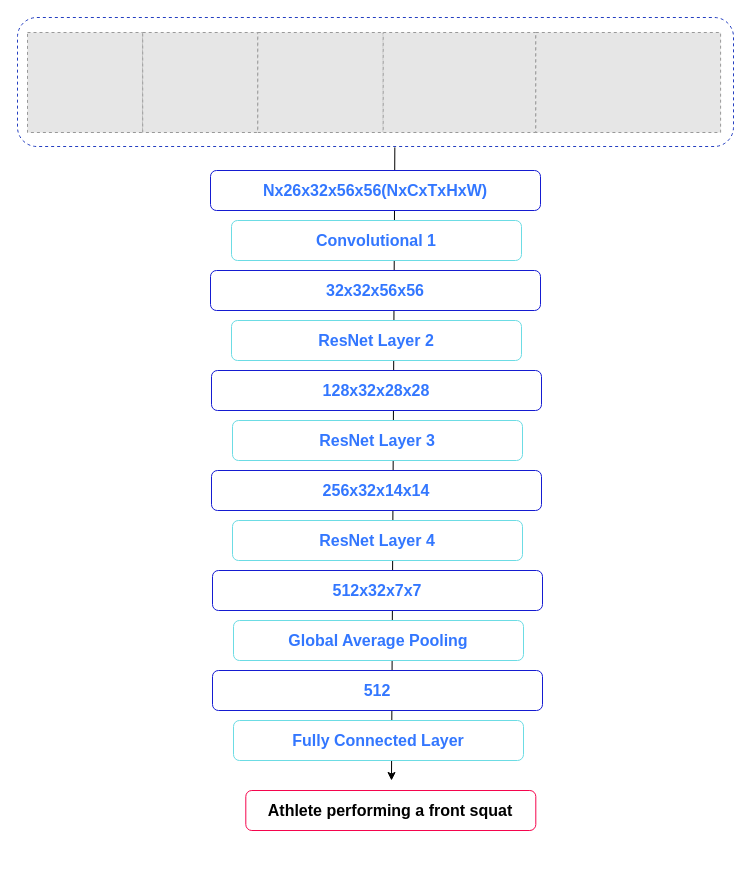
Earlier version of the draw.io diagram Untitled Diagram.drawio (muxiddin19/3DFace). Source tidied: cells renumbered, new cells numbered last; positions are measured from the earlier drawing's top-left corner, leaving out a move shared by most shapes. Both pictures are drawn from the tidied source at 100%, with x=0, y=0 at pixel (17, 17). Pictures stored in the file or linked from it are replaced by grey dashed boxes.
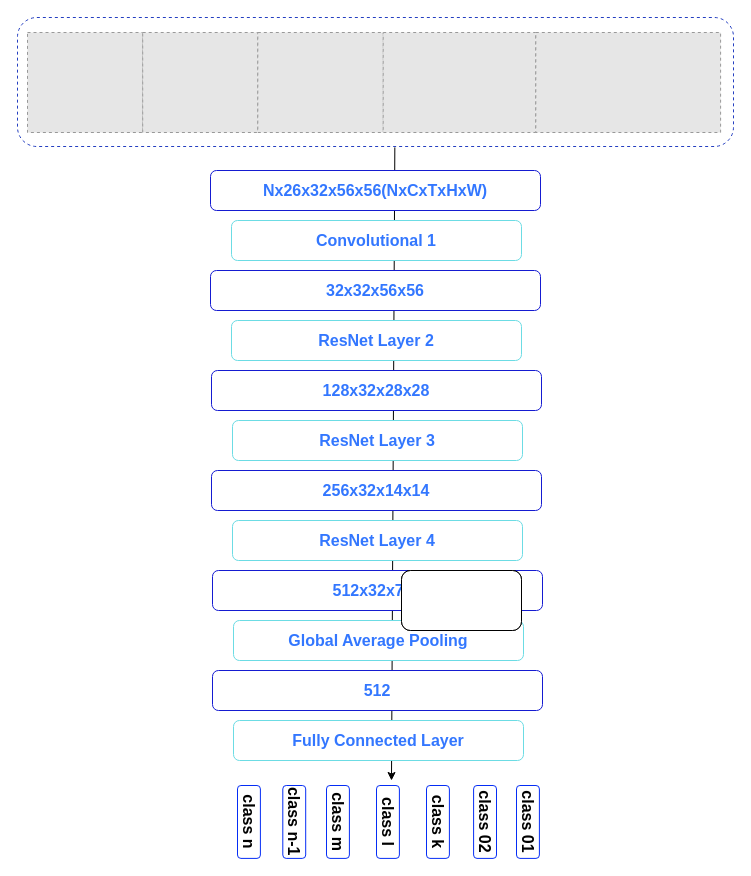
Above is the later version.

Diff of the diagram source:
```diff
@@
-    <mxCell id="21" value="&lt;font style=&quot;font-size: 16px;&quot;&gt;&lt;b&gt;Athlete performing a front squat&lt;/b&gt;&lt;/font&gt;" style="text;whiteSpace=wrap;html=1;strokeColor=#f5054d;align=center;verticalAlign=middle;rounded=1;shadow=0;glass=0;fontSize=16;" parent="1" vertex="1">
-      <mxGeometry x="228.3" y="773" width="290" height="40" as="geometry" />
+    <mxCell id="21" value="&lt;font style=&quot;font-size: 16px;&quot;&gt;&lt;b&gt;class l&lt;/b&gt;&lt;/font&gt;" style="text;whiteSpace=wrap;html=1;strokeColor=#052df5;align=center;verticalAlign=middle;rounded=1;shadow=0;glass=0;fontSize=16;rotation=90;" parent="1" vertex="1">
+      <mxGeometry x="334" y="793" width="72.9" height="22.9" as="geometry" />
     </mxCell>
+    <mxCell id="22" value="&lt;font style=&quot;font-size: 16px;&quot;&gt;&lt;b&gt;class k&lt;/b&gt;&lt;/font&gt;" style="text;whiteSpace=wrap;html=1;strokeColor=#052df5;align=center;verticalAlign=middle;rounded=1;shadow=0;glass=0;fontSize=16;rotation=90;" parent="1" vertex="1">
+      <mxGeometry x="384" y="793" width="72.9" height="22.9" as="geometry" />
+    </mxCell>
+    <mxCell id="23" value="&lt;font style=&quot;font-size: 16px;&quot;&gt;&lt;b&gt;class 02&lt;/b&gt;&lt;/font&gt;" style="text;whiteSpace=wrap;html=1;strokeColor=#052df5;align=center;verticalAlign=middle;rounded=1;shadow=0;glass=0;fontSize=16;rotation=90;" parent="1" vertex="1">
+      <mxGeometry x="431.1" y="793" width="72.9" height="22.9" as="geometry" />
+    </mxCell>
+    <mxCell id="24" value="&lt;font style=&quot;font-size: 16px;&quot;&gt;&lt;b&gt;class m&lt;/b&gt;&lt;/font&gt;" style="text;whiteSpace=wrap;html=1;strokeColor=#052df5;align=center;verticalAlign=middle;rounded=1;shadow=0;glass=0;fontSize=16;rotation=90;" parent="1" vertex="1">
+      <mxGeometry x="284" y="793" width="72.9" height="22.9" as="geometry" />
+    </mxCell>
+    <mxCell id="25" value="&lt;font style=&quot;font-size: 16px;&quot;&gt;&lt;b&gt;class n-1&lt;/b&gt;&lt;/font&gt;" style="text;whiteSpace=wrap;html=1;strokeColor=#052df5;align=center;verticalAlign=middle;rounded=1;shadow=0;glass=0;fontSize=16;rotation=90;" parent="1" vertex="1">
+      <mxGeometry x="240.3" y="793" width="72.9" height="22.9" as="geometry" />
+    </mxCell>
+    <mxCell id="26" value="&lt;font style=&quot;font-size: 16px;&quot;&gt;&lt;b&gt;class n&lt;/b&gt;&lt;/font&gt;" style="text;whiteSpace=wrap;html=1;strokeColor=#052df5;align=center;verticalAlign=middle;rounded=1;shadow=0;glass=0;fontSize=16;rotation=90;" parent="1" vertex="1">
+      <mxGeometry x="195" y="793" width="72.9" height="22.9" as="geometry" />
+    </mxCell>
+    <mxCell id="27" value="&lt;font style=&quot;font-size: 16px;&quot;&gt;&lt;b&gt;class 01&lt;/b&gt;&lt;/font&gt;" style="text;whiteSpace=wrap;html=1;strokeColor=#052df5;align=center;verticalAlign=middle;rounded=1;shadow=0;glass=0;fontSize=16;rotation=90;" parent="1" vertex="1">
+      <mxGeometry x="474" y="793" width="72.9" height="22.9" as="geometry" />
+    </mxCell>
+    <mxCell id="28" style="rounded=1;whiteSpace=wrap;html=1;" parent="1" vertex="1">
+      <mxGeometry x="384" y="553" width="120" height="60" as="geometry" />
+    </mxCell>
+    <mxCell id="29" style="rounded=1;whiteSpace=wrap;html=1;" parent="1" vertex="1">
+      <mxGeometry x="384" y="553" width="120" height="60" as="geometry" />
+    </mxCell>
```
